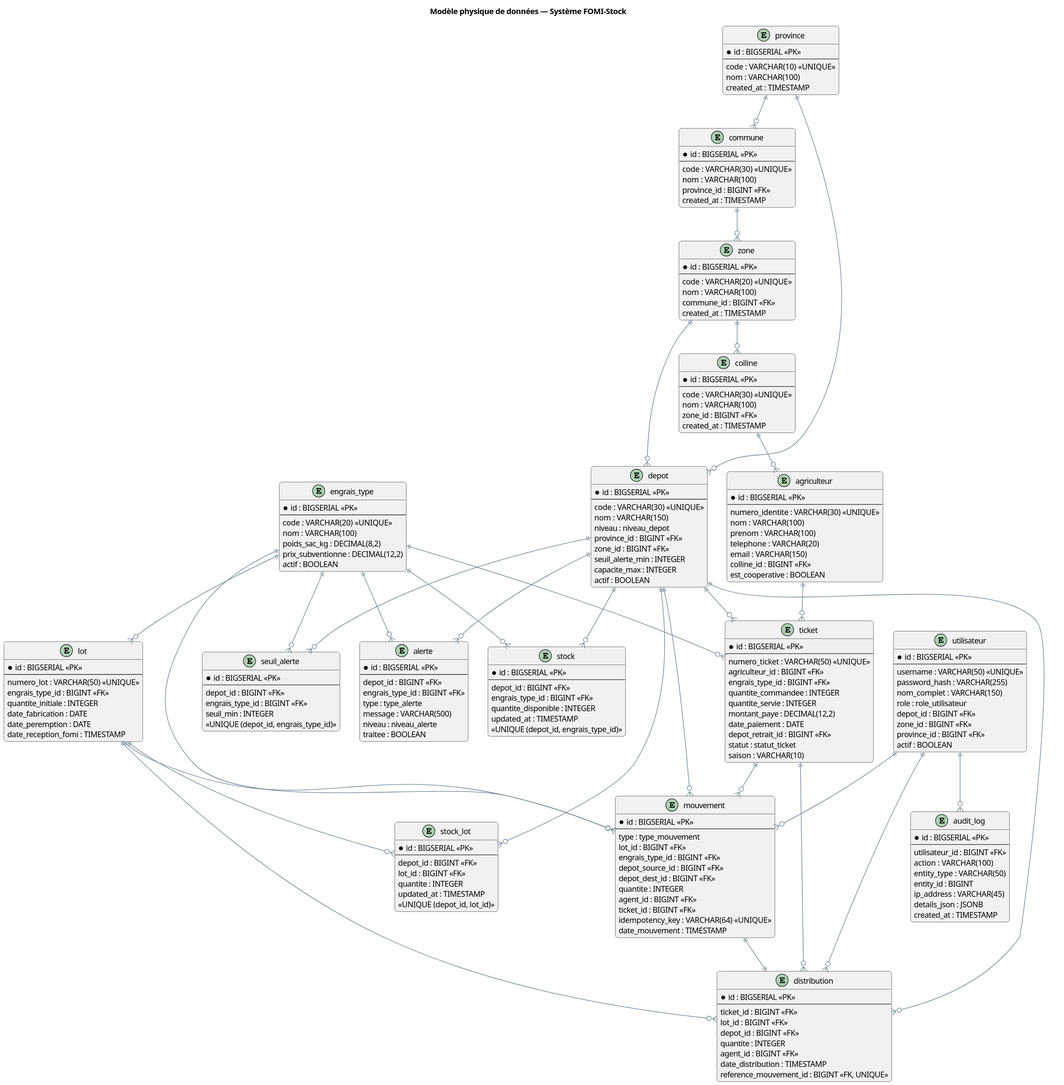
Before: memoire_assets/er_diagram.svg, a diagram exported from PlantUML (Davy-Antosper/memoire).
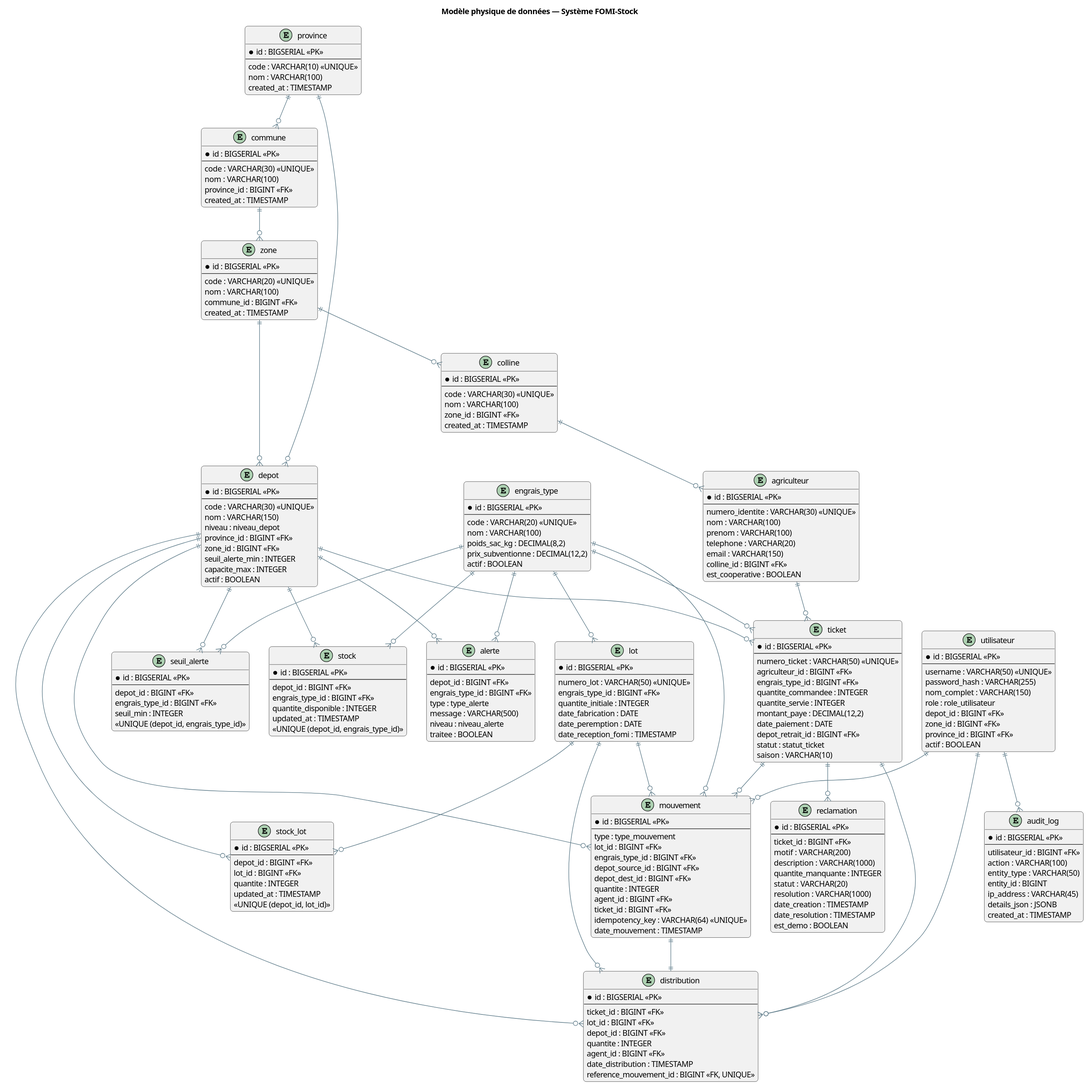
The same diagram one commit later.

What changed in the source:
```diff
@@ -188,6 +188,20 @@
   <<UNIQUE (depot_id, engrais_type_id)>>
 }
 
+entity "reclamation" as RECLAM {
+  * id : BIGSERIAL <<PK>>
+  --
+  ticket_id : BIGINT <<FK>>
+  motif : VARCHAR(200)
+  description : VARCHAR(1000)
+  quantite_manquante : INTEGER
+  statut : VARCHAR(20)
+  resolution : VARCHAR(1000)
+  date_creation : TIMESTAMP
+  date_resolution : TIMESTAMP
+  est_demo : BOOLEAN
+}
+
 PROV ||--o{ COMMUNE
 COMMUNE ||--o{ ZONE
 ZONE ||--o{ COLL
@@ -218,6 +232,7 @@
 
 TICKET ||--o{ DIST
 TICKET ||--o{ MVT
+TICKET ||--o{ RECLAM
 
 USER ||--o{ MVT
 USER ||--o{ DIST
```
